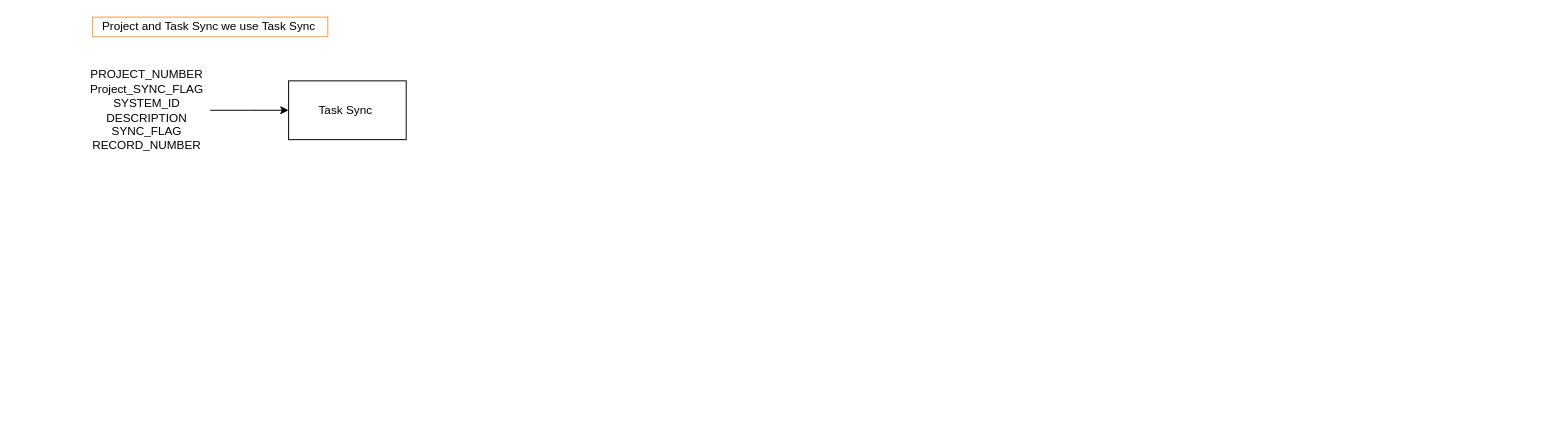
Before: Task Sync Tadk.drawio in aliorangi/BGIS, a draw.io diagram. Source tidied: cells renumbered, new cells numbered last; positions are measured from the earlier drawing's top-left corner, leaving out a move shared by most shapes. Both pictures are drawn from the tidied source at 98%, with x=0, y=0 at pixel (82, 17).
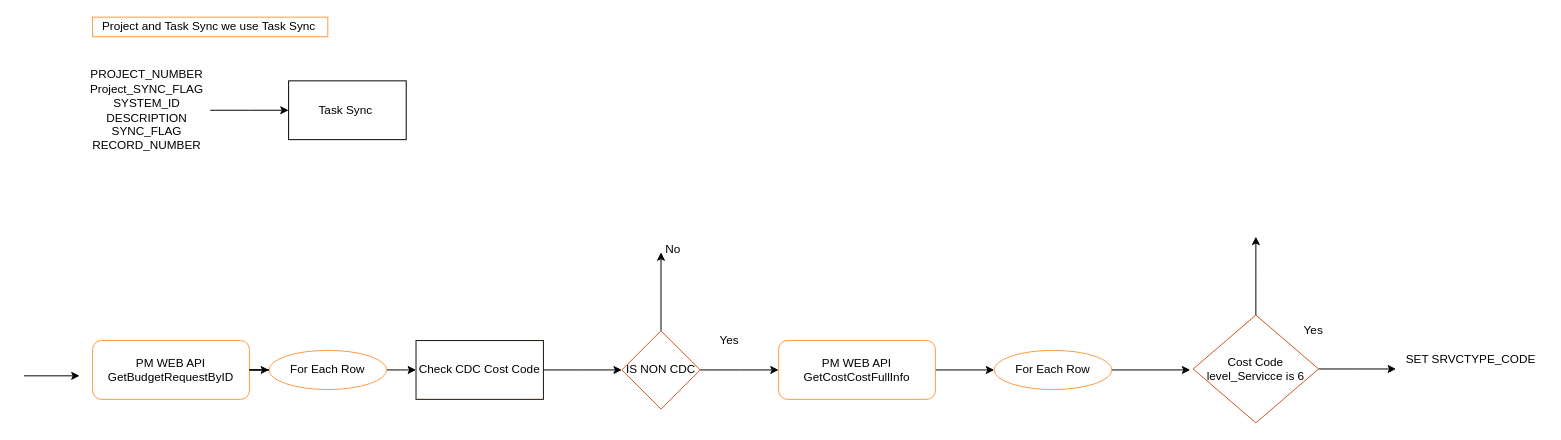
The same page after the edit.

What changed in the source:
```diff
@@
+    <mxCell id="6" style="edgeStyle=orthogonalEdgeStyle;rounded=0;jettySize=auto;html=1;" parent="1" edge="1" source="9">
+      <mxGeometry relative="1" as="geometry">
+        <mxPoint x="340" y="360" as="targetPoint" />
+      </mxGeometry>
+    </mxCell>
+    <mxCell id="7" value="PM WEB API&lt;br&gt;GetBudgetRequestByID" style="rounded=1;whiteSpace=wrap;html=1;strokeColor=#FF9940;" parent="1" vertex="1">
+      <mxGeometry x="10" y="330" width="160" height="60" as="geometry" />
+    </mxCell>
+    <mxCell id="8" style="endArrow=classic;html=1;entryX=-0.083;entryY=0.6;entryDx=0;entryDy=0;entryPerimeter=0;" parent="1" edge="1" target="7">
+      <mxGeometry relative="1" as="geometry">
+        <mxPoint x="-60" y="366" as="sourcePoint" />
+      </mxGeometry>
+    </mxCell>
+    <mxCell id="9" value="For Each Row" style="ellipse;whiteSpace=wrap;html=1;strokeColor=#FF9940;" parent="1" vertex="1">
+      <mxGeometry x="190" y="340" width="120" height="40" as="geometry" />
+    </mxCell>
+    <mxCell id="10" style="edgeStyle=orthogonalEdgeStyle;rounded=0;jettySize=auto;html=1;" parent="1" edge="1" source="7" target="9">
+      <mxGeometry relative="1" as="geometry" />
+    </mxCell>
+    <mxCell id="11" style="edgeStyle=orthogonalEdgeStyle;rounded=0;jettySize=auto;html=1;" parent="1" edge="1" source="12">
+      <mxGeometry relative="1" as="geometry">
+        <mxPoint x="550" y="360" as="targetPoint" />
+      </mxGeometry>
+    </mxCell>
+    <mxCell id="12" value="Check CDC Cost Code" style="rounded=0;whiteSpace=wrap;html=1;strokeColor=#190F06;" parent="1" vertex="1">
+      <mxGeometry x="340" y="330" width="130" height="60" as="geometry" />
+    </mxCell>
+    <mxCell id="13" style="edgeStyle=orthogonalEdgeStyle;rounded=0;jettySize=auto;html=1;" parent="1" edge="1" source="15">
+      <mxGeometry relative="1" as="geometry">
+        <mxPoint x="590" y="240" as="targetPoint" />
+      </mxGeometry>
+    </mxCell>
+    <mxCell id="14" style="edgeStyle=orthogonalEdgeStyle;rounded=0;jettySize=auto;html=1;" parent="1" edge="1" source="15">
+      <mxGeometry relative="1" as="geometry">
+        <mxPoint x="710" y="360" as="targetPoint" />
+      </mxGeometry>
+    </mxCell>
+    <mxCell id="15" value="IS NON CDC" style="rhombus;whiteSpace=wrap;html=1;strokeColor=#C9561C;" parent="1" vertex="1">
+      <mxGeometry x="550" y="320" width="80" height="80" as="geometry" />
+    </mxCell>
+    <mxCell id="16" value="No" style="text;html=1;align=center;verticalAlign=middle;" parent="1" vertex="1">
+      <mxGeometry x="587" y="227" width="30" height="20" as="geometry" />
+    </mxCell>
+    <mxCell id="17" value="Yes&lt;br&gt;" style="text;html=1;strokeColor=none;fillColor=none;align=center;verticalAlign=middle;whiteSpace=wrap;rounded=0;" parent="1" vertex="1">
+      <mxGeometry x="640" y="320" width="40" height="20" as="geometry" />
+    </mxCell>
+    <mxCell id="18" style="edgeStyle=orthogonalEdgeStyle;rounded=0;jettySize=auto;html=1;" parent="1" edge="1" source="19" target="21">
+      <mxGeometry relative="1" as="geometry" />
+    </mxCell>
+    <mxCell id="19" value="PM WEB API&lt;br&gt;GetCostCostFullInfo" style="rounded=1;whiteSpace=wrap;html=1;strokeColor=#FF9940;" parent="1" vertex="1">
+      <mxGeometry x="710" y="330" width="160" height="60" as="geometry" />
+    </mxCell>
+    <mxCell id="20" style="edgeStyle=orthogonalEdgeStyle;rounded=0;jettySize=auto;html=1;" parent="1" edge="1" source="21">
+      <mxGeometry relative="1" as="geometry">
+        <mxPoint x="1130" y="360" as="targetPoint" />
+      </mxGeometry>
+    </mxCell>
+    <mxCell id="21" value="For Each Row" style="ellipse;whiteSpace=wrap;html=1;strokeColor=#FF9940;" parent="1" vertex="1">
+      <mxGeometry x="930" y="340" width="120" height="40" as="geometry" />
+    </mxCell>
+    <mxCell id="22" style="edgeStyle=orthogonalEdgeStyle;rounded=0;jettySize=auto;html=1;" parent="1" edge="1" source="24">
+      <mxGeometry relative="1" as="geometry">
+        <mxPoint x="1340" y="359" as="targetPoint" />
+      </mxGeometry>
+    </mxCell>
+    <mxCell id="23" style="edgeStyle=orthogonalEdgeStyle;rounded=0;jettySize=auto;html=1;" parent="1" edge="1" source="24">
+      <mxGeometry relative="1" as="geometry">
+        <mxPoint x="1197" y="224" as="targetPoint" />
+      </mxGeometry>
+    </mxCell>
+    <mxCell id="24" value="Cost Code&lt;br&gt;level_Servicce is 6&lt;br&gt;" style="rhombus;whiteSpace=wrap;html=1;strokeColor=#C9561C;" parent="1" vertex="1">
+      <mxGeometry x="1133" y="304" width="128" height="110" as="geometry" />
+    </mxCell>
+    <mxCell id="25" value="Yes&lt;br&gt;" style="text;html=1;strokeColor=none;fillColor=none;align=center;verticalAlign=middle;whiteSpace=wrap;rounded=0;" parent="1" vertex="1">
+      <mxGeometry x="1236" y="310" width="40" height="20" as="geometry" />
+    </mxCell>
+    <mxCell id="26" value="SET SRVCTYPE_CODE&lt;br&gt;" style="text;html=1;align=center;verticalAlign=middle;" parent="1" vertex="1">
+      <mxGeometry x="1341" y="339" width="150" height="20" as="geometry" />
+    </mxCell>
```
